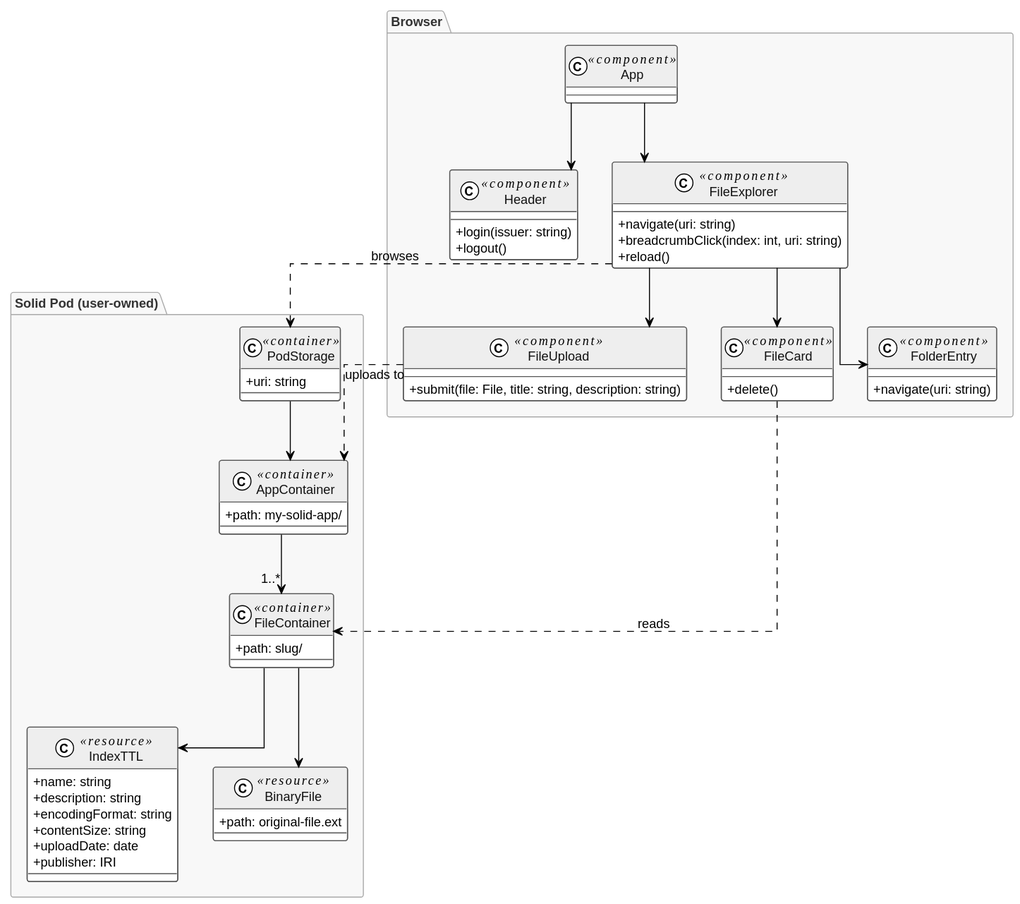
WSE-research/Solid.Drive keeps this PlantUML diagram as docs/architecture.svg. Above is the earlier version.
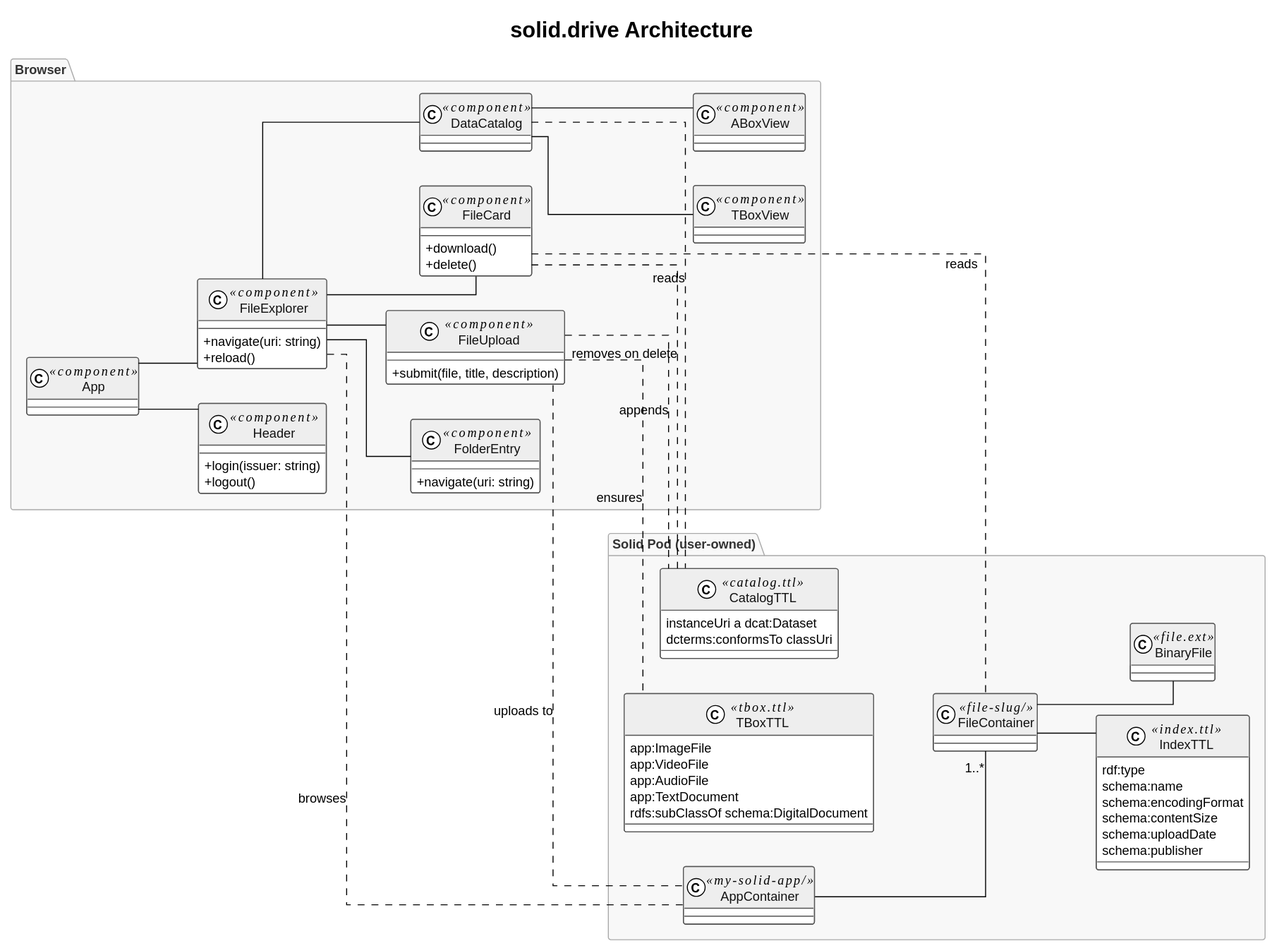
Later version of the same file.

Commit message:
docs: update READMEs and architecture diagram

Diff of the diagram source:
```diff
@@ -1,9 +1,12 @@
 @startuml
+title solid.drive Architecture
+
 !theme plain
 skinparam defaultFontName sans-serif
 skinparam defaultFontSize 13
+skinparam classAttributeIconSize 0
+skinparam backgroundColor White
 skinparam linetype ortho
-skinparam classAttributeIconSize 0
 
 skinparam class {
   BackgroundColor White
@@ -19,15 +22,11 @@
   FontStyle Bold
 }
 
-skinparam note {
-  BackgroundColor #FFFFF0
-  BorderColor #AAAAAA
-}
+left to right direction
 
 package "Browser" {
 
-  class App <<component>> {
-  }
+  class App <<component>>
 
   class Header <<component>> {
     +login(issuer: string)
@@ -36,15 +35,15 @@
 
   class FileExplorer <<component>> {
     +navigate(uri: string)
-    +breadcrumbClick(index: int, uri: string)
     +reload()
   }
 
   class FileUpload <<component>> {
-    +submit(file: File, title: string, description: string)
+    +submit(file, title, description)
   }
 
   class FileCard <<component>> {
+    +download()
     +delete()
   }
 
@@ -52,47 +51,60 @@
     +navigate(uri: string)
   }
 
-  App --> Header
-  App --> FileExplorer
-  FileExplorer --> FileUpload
-  FileExplorer --> FileCard
-  FileExplorer --> FolderEntry
+  class DataCatalog <<component>>
+  class TBoxView <<component>>
+  class ABoxView <<component>>
+
+  App -- Header
+  App -- FileExplorer
+  FileExplorer -- FileUpload
+  FileExplorer -- FileCard
+  FileExplorer -- FolderEntry
+  FileExplorer -- DataCatalog
+  DataCatalog -- TBoxView
+  DataCatalog -- ABoxView
 }
 
 package "Solid Pod (user-owned)" {
 
-  class PodStorage <<container>> {
-    +uri: string
+  class TBoxTTL <<tbox.ttl>> {
+    app:ImageFile
+    app:VideoFile
+    app:AudioFile
+    app:TextDocument
+    rdfs:subClassOf schema:DigitalDocument
   }
 
-  class AppContainer <<container>> {
-    +path: my-solid-app/
+  class CatalogTTL <<catalog.ttl>> {
+    instanceUri a dcat:Dataset
+    dcterms:conformsTo classUri
   }
 
-  class FileContainer <<container>> {
-    +path: slug/
+  class AppContainer <<my-solid-app/>>
+
+  class FileContainer <<file-slug/>>
+
+  class IndexTTL <<index.ttl>> {
+    rdf:type
+    schema:name
+    schema:encodingFormat
+    schema:contentSize
+    schema:uploadDate
+    schema:publisher
   }
 
-  class IndexTTL <<resource>> {
-    +name: string
-    +description: string
-    +encodingFormat: string
-    +contentSize: string
-    +uploadDate: date
-    +publisher: IRI
-  }
+  class BinaryFile <<file.ext>>
 
-  class BinaryFile <<resource>> {
-    +path: original-file.ext
-  }
-
-  PodStorage --> AppContainer
-  AppContainer --> "1..*" FileContainer
-  FileContainer --> IndexTTL
-  FileContainer --> BinaryFile
+  AppContainer -- "1..*" FileContainer
+  FileContainer -- IndexTTL
+  FileContainer -- BinaryFile
 }
 
-FileExplorer ..> PodStorage : browses
-FileUpload ..> AppContainer : uploads to
-FileCard ..> FileContainer : reads
+FileUpload .. TBoxTTL    : ensures
+FileUpload .. CatalogTTL : appends
+FileUpload .. AppContainer : uploads to
+FileCard .. FileContainer  : reads
+FileCard .. CatalogTTL    : removes on delete
+DataCatalog .. CatalogTTL : reads
+FileExplorer .. AppContainer : browses
 @enduml
```
